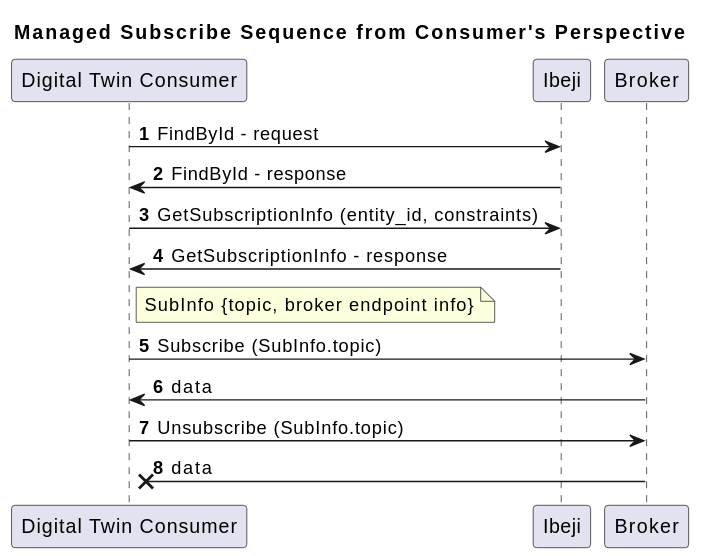
eclipse-ibeji/ibeji keeps this PlantUML diagram as docs/design/diagrams/managed_subscribe_consumer_sequence.svg. Above is the earlier version. The source it was exported from:
```plantuml
@startuml Managed Subscribe Consumer
title Managed Subscribe Sequence from Consumer's Perspective
participant "Digital Twin Consumer" as DTConsumer
participant Ibeji
participant Broker

autonumber

DTConsumer -> Ibeji: FindById - request
DTConsumer <- Ibeji: FindById - response
DTConsumer -> Ibeji: GetSubscriptionInfo (entity_id, constraints)
Ibeji -> DTConsumer: GetSubscriptionInfo - response
note right of DTConsumer: SubInfo {topic, broker endpoint info}
DTConsumer -> Broker: Subscribe (SubInfo.topic)
DTConsumer <- Broker : data
DTConsumer -> Broker: Unsubscribe (SubInfo.topic)
DTConsumer x<- Broker: data
@enduml
```
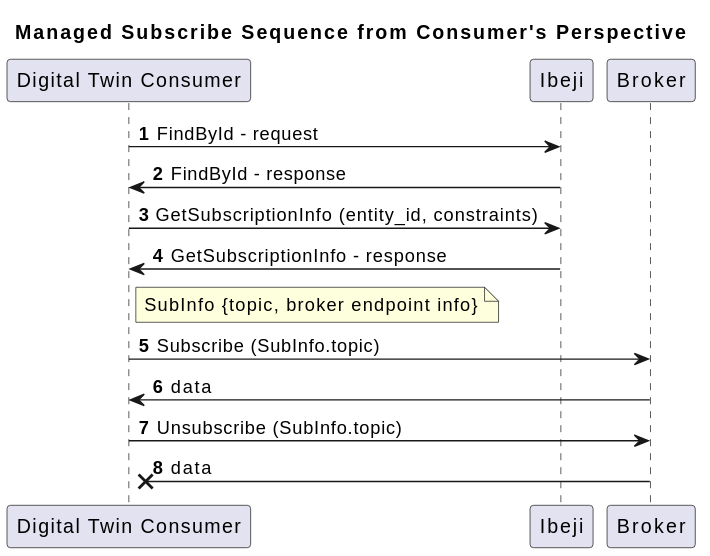
After the commit.

The edit, as a diff of the source:
```diff
@@ -1,4 +1,4 @@
-@startuml Managed Subscribe Consumer
+@startuml
 title Managed Subscribe Sequence from Consumer's Perspective
 participant "Digital Twin Consumer" as DTConsumer
 participant Ibeji
```
